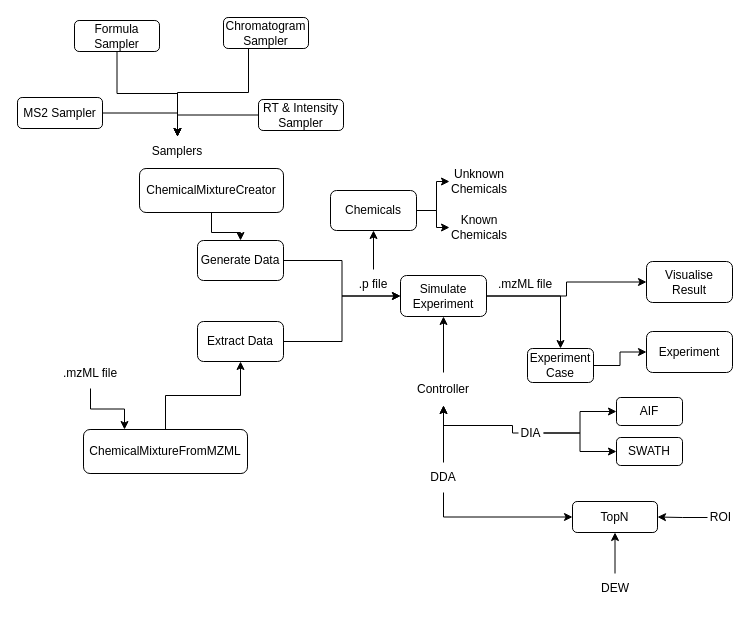
Adam-Tem/vimmsVisualised keeps this draw.io diagram as ideas_notes/ViMMS_UML.drawio. Above is the earlier version. Source tidied: cells renumbered, new cells numbered last; positions are measured from the earlier drawing's top-left corner, leaving out a move shared by most shapes. Both pictures are drawn from the tidied source at 100%, with x=0, y=0 at pixel (17, 17).
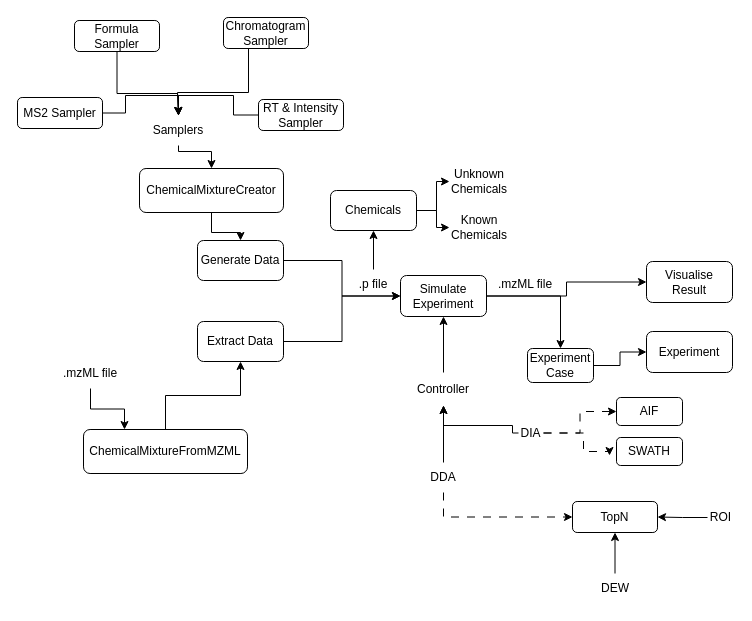
Above is the later version.

Unchanged cells that the change refers to:
```xml
<mxCell id="19" value="ChemicalMixtureCreator" style="rounded=1;whiteSpace=wrap;html=1;" parent="1" vertex="1">
  <mxGeometry x="122" y="151" width="144" height="44" as="geometry" />
</mxCell>
<mxCell id="41" value="DIA" style="text;html=1;strokeColor=none;fillColor=none;align=center;verticalAlign=middle;whiteSpace=wrap;rounded=0;" parent="1" vertex="1">
  <mxGeometry x="501" y="401" width="25" height="29" as="geometry" />
</mxCell>
<mxCell id="44" value="DDA" style="text;html=1;strokeColor=none;fillColor=none;align=center;verticalAlign=middle;whiteSpace=wrap;rounded=0;" parent="1" vertex="1">
  <mxGeometry x="396" y="445" width="60" height="30" as="geometry" />
</mxCell>
<mxCell id="45" value="TopN" style="rounded=1;whiteSpace=wrap;html=1;" parent="1" vertex="1">
  <mxGeometry x="555" y="484" width="85" height="31" as="geometry" />
</mxCell>
<mxCell id="46" value="SWATH" style="rounded=1;whiteSpace=wrap;html=1;" parent="1" vertex="1">
  <mxGeometry x="599" y="420" width="66" height="28" as="geometry" />
</mxCell>
<mxCell id="47" value="AIF" style="rounded=1;whiteSpace=wrap;html=1;" parent="1" vertex="1">
  <mxGeometry x="599" y="380" width="66" height="28" as="geometry" />
</mxCell>
```

The edit, as a diff of the source:
```diff
@@
+    <mxCell id="52" style="edgeStyle=orthogonalEdgeStyle;rounded=0;jettySize=auto;html=1;exitX=0.5;exitY=1;exitDx=0;exitDy=0;entryX=0.5;entryY=0;entryDx=0;entryDy=0;" parent="1" edge="1" source="20" target="19">
+      <mxGeometry relative="1" as="geometry">
+        <Array as="points">
+          <mxPoint x="161" y="134" />
+          <mxPoint x="194" y="134" />
+        </Array>
+      </mxGeometry>
+    </mxCell>
     <mxCell id="20" value="Samplers" style="text;html=1;strokeColor=none;fillColor=none;align=center;verticalAlign=middle;whiteSpace=wrap;rounded=0;" parent="1" vertex="1">
-      <mxGeometry x="130" y="119" width="60" height="30" as="geometry" />
+      <mxGeometry x="131" y="98" width="60" height="30" as="geometry" />
     </mxCell>
@@
-    <mxCell id="39" style="edgeStyle=orthogonalEdgeStyle;rounded=0;jettySize=auto;html=1;exitX=1;exitY=0.5;exitDx=0;exitDy=0;entryX=0;entryY=0.5;entryDx=0;entryDy=0;" parent="1" edge="1" source="41" target="47">
+    <mxCell id="39" style="edgeStyle=orthogonalEdgeStyle;rounded=0;jettySize=auto;html=1;exitX=1;exitY=0.5;exitDx=0;exitDy=0;entryX=0;entryY=0.5;entryDx=0;entryDy=0;dashed=1;dashPattern=8 8;" parent="1" edge="1" source="41" target="47">
       <mxGeometry relative="1" as="geometry" />
     </mxCell>
-    <mxCell id="40" style="edgeStyle=orthogonalEdgeStyle;rounded=0;jettySize=auto;html=1;exitX=1;exitY=0.5;exitDx=0;exitDy=0;entryX=0;entryY=0.5;entryDx=0;entryDy=0;" parent="1" edge="1" source="41" target="46">
-      <mxGeometry relative="1" as="geometry" />
+    <mxCell id="40" style="edgeStyle=orthogonalEdgeStyle;rounded=0;jettySize=auto;html=1;exitX=1;exitY=0.5;exitDx=0;exitDy=0;dashed=1;dashPattern=8 8;" parent="1" edge="1" source="41">
+      <mxGeometry relative="1" as="geometry">
+        <mxPoint x="592" y="438" as="targetPoint" />
+        <Array as="points">
+          <mxPoint x="566" y="416" />
+          <mxPoint x="566" y="434" />
+        </Array>
+      </mxGeometry>
     </mxCell>
@@
-    <mxCell id="43" style="edgeStyle=orthogonalEdgeStyle;rounded=0;jettySize=auto;html=1;exitX=0.5;exitY=1;exitDx=0;exitDy=0;entryX=0;entryY=0.5;entryDx=0;entryDy=0;" parent="1" edge="1" source="44" target="45">
+    <mxCell id="43" style="edgeStyle=orthogonalEdgeStyle;rounded=0;jettySize=auto;html=1;exitX=0.5;exitY=1;exitDx=0;exitDy=0;entryX=0;entryY=0.5;entryDx=0;entryDy=0;dashed=1;dashPattern=8 8;" parent="1" edge="1" source="44" target="45">
       <mxGeometry relative="1" as="geometry" />
     </mxCell>
```
